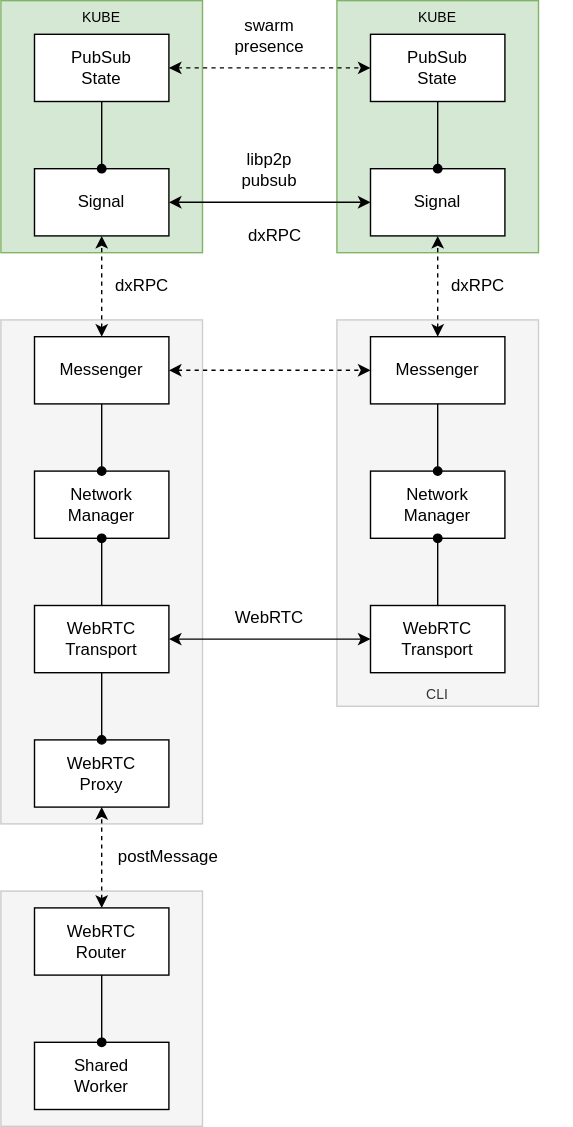
This is docs/design/diagrams/mesh.drawio.svg from dxos/dxos, a draw.io export, as it was before one commit. Source tidied: cells renumbered, new cells last; positions are measured from the earlier drawing's top-left corner, leaving out a move shared by most shapes.
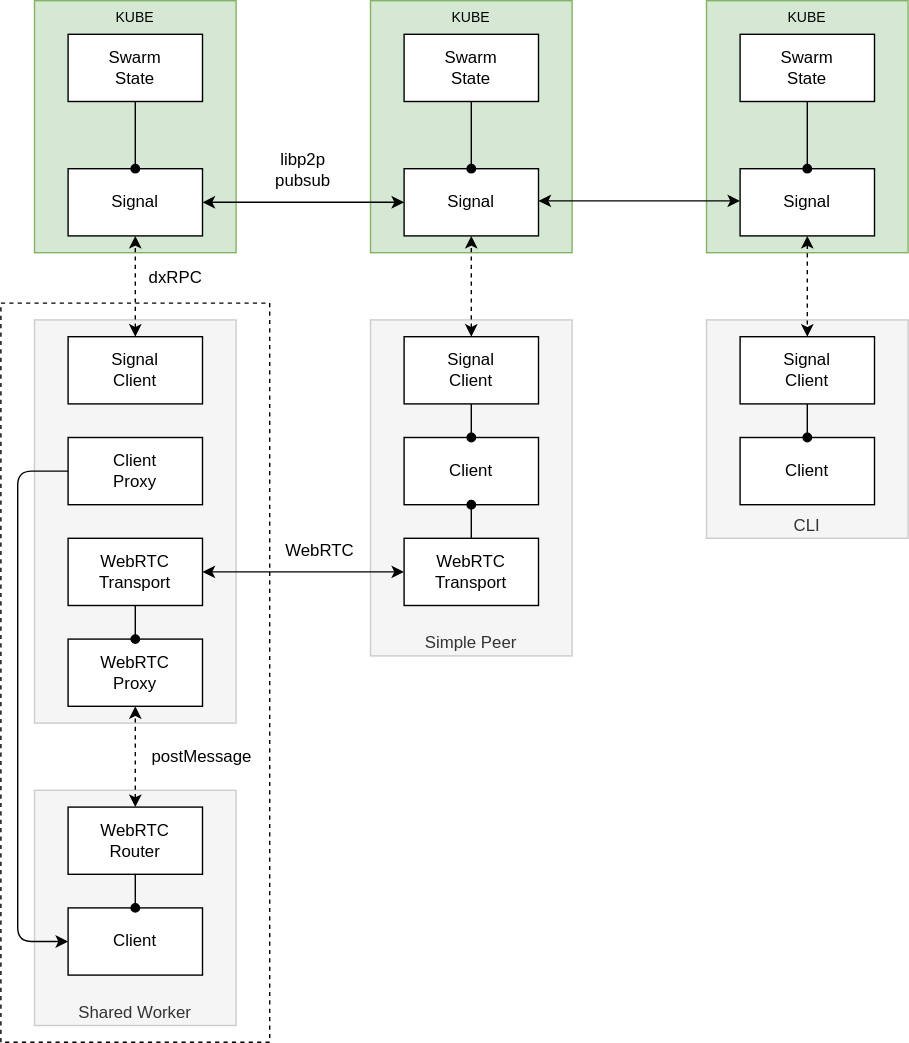
After the commit.

What changed in the source:
```diff
@@ -2,11 +2,17 @@
   <root>
     <mxCell id="0" />
     <mxCell id="1" parent="0" />
+    <mxCell id="42" style="rounded=0;whiteSpace=wrap;html=1;dashed=1;verticalAlign=bottom;" parent="1" vertex="1">
+      <mxGeometry x="-24" y="216" width="192" height="528" as="geometry" />
+    </mxCell>
-    <mxCell id="2" value="CLI" style="rounded=0;whiteSpace=wrap;html=1;fillColor=#f5f5f5;fontColor=#333333;strokeColor=#CCCCCC;verticalAlign=bottom;fontSize=10;" parent="1" vertex="1">
-      <mxGeometry x="240" y="228" width="144" height="276" as="geometry" />
+    <mxCell id="2" value="CLI" style="rounded=0;whiteSpace=wrap;html=1;fillColor=#f5f5f5;fontColor=#333333;strokeColor=#CCCCCC;verticalAlign=bottom;" parent="1" vertex="1">
+      <mxGeometry x="480" y="228" width="144" height="156" as="geometry" />
     </mxCell>
+    <mxCell id="43" value="Simple Peer" style="rounded=0;whiteSpace=wrap;html=1;fillColor=#f5f5f5;fontColor=#333333;strokeColor=#CCCCCC;verticalAlign=bottom;" parent="1" vertex="1">
+      <mxGeometry x="240" y="228" width="144" height="240" as="geometry" />
+    </mxCell>
     <mxCell id="3" style="rounded=0;whiteSpace=wrap;html=1;fillColor=#f5f5f5;fontColor=#333333;strokeColor=#CCCCCC;" parent="1" vertex="1">
-      <mxGeometry y="228" width="144" height="360" as="geometry" />
+      <mxGeometry y="228" width="144" height="288" as="geometry" />
     </mxCell>
     <mxCell id="4" value="KUBE" style="rounded=0;whiteSpace=wrap;html=1;fillColor=#d5e8d4;strokeColor=#82b366;fontSize=10;verticalAlign=top;" parent="1" vertex="1">
       <mxGeometry x="240" width="144" height="180" as="geometry" />
@@ -14,17 +20,17 @@
     <mxCell id="5" value="KUBE" style="rounded=0;whiteSpace=wrap;html=1;fillColor=#d5e8d4;strokeColor=#82b366;verticalAlign=top;fontSize=10;" parent="1" vertex="1">
       <mxGeometry width="144" height="180" as="geometry" />
     </mxCell>
-    <mxCell id="6" style="rounded=0;whiteSpace=wrap;html=1;fillColor=#f5f5f5;fontColor=#333333;strokeColor=#CCCCCC;" parent="1" vertex="1">
-      <mxGeometry y="636" width="144" height="168" as="geometry" />
+    <mxCell id="6" value="Shared Worker" style="rounded=0;whiteSpace=wrap;html=1;fillColor=#f5f5f5;fontColor=#333333;strokeColor=#CCCCCC;verticalAlign=bottom;" parent="1" vertex="1">
+      <mxGeometry y="564" width="144" height="168" as="geometry" />
     </mxCell>
     <mxCell id="7" style="edgeStyle=none;html=1;exitX=1;exitY=0.5;exitDx=0;exitDy=0;startArrow=classic;startFill=1;" parent="1" edge="1" source="8" target="9">
       <mxGeometry relative="1" as="geometry" />
     </mxCell>
     <mxCell id="8" value="WebRTC&lt;br&gt;Transport" style="rounded=0;whiteSpace=wrap;html=1;" parent="1" vertex="1">
-      <mxGeometry x="24" y="432" width="96" height="48" as="geometry" />
+      <mxGeometry x="24" y="384" width="96" height="48" as="geometry" />
     </mxCell>
     <mxCell id="9" value="WebRTC&lt;br&gt;Transport" style="rounded=0;whiteSpace=wrap;html=1;" parent="1" vertex="1">
-      <mxGeometry x="264" y="432" width="96" height="48" as="geometry" />
+      <mxGeometry x="264" y="384" width="96" height="48" as="geometry" />
     </mxCell>
     <mxCell id="10" style="edgeStyle=none;html=1;startArrow=classic;startFill=1;entryX=0;entryY=0.5;entryDx=0;entryDy=0;" parent="1" edge="1" source="11" target="12">
       <mxGeometry relative="1" as="geometry" />
@@ -35,35 +41,31 @@
     <mxCell id="12" value="Signal" style="rounded=0;whiteSpace=wrap;html=1;" parent="1" vertex="1">
       <mxGeometry x="264" y="120" width="96" height="48" as="geometry" />
     </mxCell>
-    <mxCell id="13" style="edgeStyle=none;html=1;entryX=0.5;entryY=1;entryDx=0;entryDy=0;startArrow=classic;startFill=1;dashed=1;" parent="1" edge="1" source="29" target="11">
-      <mxGeometry relative="1" as="geometry" />
+    <mxCell id="13" style="edgeStyle=none;html=1;entryX=0.5;entryY=1;entryDx=0;entryDy=0;startArrow=classic;startFill=1;dashed=1;" parent="1" edge="1" target="11">
+      <mxGeometry relative="1" as="geometry">
+        <mxPoint x="72" y="240" as="sourcePoint" />
+      </mxGeometry>
     </mxCell>
-    <mxCell id="14" value="Network&lt;br&gt;Manager" style="rounded=0;whiteSpace=wrap;html=1;" parent="1" vertex="1">
-      <mxGeometry x="24" y="336" width="96" height="48" as="geometry" />
-    </mxCell>
     <mxCell id="15" style="edgeStyle=none;html=1;startArrow=classic;startFill=1;dashed=1;exitX=0.5;exitY=0;exitDx=0;exitDy=0;" parent="1" edge="1" source="27" target="12">
       <mxGeometry relative="1" as="geometry" />
     </mxCell>
-    <mxCell id="16" value="Network&lt;br&gt;Manager" style="rounded=0;whiteSpace=wrap;html=1;" parent="1" vertex="1">
-      <mxGeometry x="264" y="336" width="96" height="48" as="geometry" />
-    </mxCell>
     <mxCell id="17" value="libp2p&lt;br&gt;pubsub" style="rounded=0;whiteSpace=wrap;html=1;strokeColor=none;fillColor=none;verticalAlign=bottom;spacingBottom=6;" parent="1" vertex="1">
       <mxGeometry x="144" y="96" width="96" height="48" as="geometry" />
     </mxCell>
     <mxCell id="18" value="WebRTC" style="rounded=0;whiteSpace=wrap;html=1;strokeColor=none;fillColor=none;verticalAlign=bottom;spacingBottom=6;" parent="1" vertex="1">
-      <mxGeometry x="144" y="408" width="96" height="48" as="geometry" />
+      <mxGeometry x="168" y="360" width="72" height="48" as="geometry" />
     </mxCell>
-    <mxCell id="19" value="Shared&lt;br&gt;Worker" style="rounded=0;whiteSpace=wrap;html=1;" parent="1" vertex="1">
-      <mxGeometry x="24" y="744" width="96" height="48" as="geometry" />
+    <mxCell id="19" value="Client" style="rounded=0;whiteSpace=wrap;html=1;" parent="1" vertex="1">
+      <mxGeometry x="24" y="648" width="96" height="48" as="geometry" />
     </mxCell>
     <mxCell id="20" value="WebRTC&lt;br&gt;Proxy" style="rounded=0;whiteSpace=wrap;html=1;" parent="1" vertex="1">
-      <mxGeometry x="24" y="528" width="96" height="48" as="geometry" />
+      <mxGeometry x="24" y="456" width="96" height="48" as="geometry" />
     </mxCell>
     <mxCell id="21" style="edgeStyle=none;html=1;exitX=0.5;exitY=0;exitDx=0;exitDy=0;startArrow=classic;startFill=1;endArrow=classic;endFill=1;dashed=1;" parent="1" edge="1" source="22" target="20">
       <mxGeometry relative="1" as="geometry" />
     </mxCell>
     <mxCell id="22" value="WebRTC&lt;br&gt;Router" style="rounded=0;whiteSpace=wrap;html=1;" parent="1" vertex="1">
-      <mxGeometry x="24" y="648" width="96" height="48" as="geometry" />
+      <mxGeometry x="24" y="576" width="96" height="48" as="geometry" />
     </mxCell>
     <mxCell id="23" style="edgeStyle=none;html=1;exitX=0.5;exitY=0;exitDx=0;exitDy=0;startArrow=oval;startFill=1;endArrow=none;endFill=0;" parent="1" edge="1" source="19" target="22">
       <mxGeometry relative="1" as="geometry" />
@@ -71,40 +73,16 @@
     <mxCell id="24" style="edgeStyle=none;html=1;exitX=0.5;exitY=0;exitDx=0;exitDy=0;startArrow=oval;startFill=1;endArrow=none;endFill=0;" parent="1" edge="1" source="20" target="8">
       <mxGeometry relative="1" as="geometry" />
     </mxCell>
-    <mxCell id="25" style="edgeStyle=none;html=1;exitX=0.5;exitY=1;exitDx=0;exitDy=0;entryX=0.5;entryY=0;entryDx=0;entryDy=0;startArrow=oval;startFill=1;endArrow=none;endFill=0;" parent="1" edge="1" source="16" target="9">
-      <mxGeometry relative="1" as="geometry" />
-    </mxCell>
-    <mxCell id="26" style="edgeStyle=none;html=1;exitX=0.5;exitY=1;exitDx=0;exitDy=0;entryX=0.5;entryY=0;entryDx=0;entryDy=0;startArrow=oval;startFill=1;endArrow=none;endFill=0;" parent="1" edge="1" source="14" target="8">
-      <mxGeometry relative="1" as="geometry" />
-    </mxCell>
-    <mxCell id="27" value="Messenger" style="rounded=0;whiteSpace=wrap;html=1;" parent="1" vertex="1">
+    <mxCell id="27" value="Signal&lt;br&gt;Client" style="rounded=0;whiteSpace=wrap;html=1;" parent="1" vertex="1">
       <mxGeometry x="264" y="240" width="96" height="48" as="geometry" />
     </mxCell>
-    <mxCell id="28" style="edgeStyle=none;html=1;exitX=1;exitY=0.5;exitDx=0;exitDy=0;entryX=0;entryY=0.5;entryDx=0;entryDy=0;fontFamily=Courier New;startArrow=classic;startFill=1;endArrow=classic;endFill=1;dashed=1;" parent="1" edge="1" source="29" target="27">
-      <mxGeometry relative="1" as="geometry" />
-    </mxCell>
-    <mxCell id="29" value="Messenger" style="rounded=0;whiteSpace=wrap;html=1;" parent="1" vertex="1">
-      <mxGeometry x="24" y="240" width="96" height="48" as="geometry" />
-    </mxCell>
-    <mxCell id="30" value="dxRPC" style="rounded=0;whiteSpace=wrap;html=1;strokeColor=none;fillColor=none;verticalAlign=middle;spacingBottom=0;align=left;spacingLeft=8;" parent="1" vertex="1">
-      <mxGeometry x="312" y="180" width="96" height="48" as="geometry" />
-    </mxCell>
     <mxCell id="31" value="postMessage" style="rounded=0;whiteSpace=wrap;html=1;strokeColor=none;fillColor=none;align=left;spacingLeft=10;spacingRight=10;" parent="1" vertex="1">
-      <mxGeometry x="72" y="588" width="96" height="48" as="geometry" />
+      <mxGeometry x="72" y="516" width="96" height="48" as="geometry" />
     </mxCell>
-    <mxCell id="32" style="edgeStyle=none;html=1;exitX=0.5;exitY=0;exitDx=0;exitDy=0;entryX=0.5;entryY=1;entryDx=0;entryDy=0;fontFamily=Courier New;startArrow=oval;startFill=1;endArrow=none;endFill=0;" parent="1" edge="1" source="14" target="29">
-      <mxGeometry relative="1" as="geometry" />
-    </mxCell>
-    <mxCell id="33" value="swarm&lt;br&gt;presence" style="rounded=0;whiteSpace=wrap;html=1;strokeColor=none;fillColor=none;verticalAlign=bottom;spacingBottom=6;" parent="1" vertex="1">
-      <mxGeometry x="144" width="96" height="48" as="geometry" />
-    </mxCell>
-    <mxCell id="34" style="edgeStyle=none;html=1;exitX=1;exitY=0.5;exitDx=0;exitDy=0;entryX=0;entryY=0.5;entryDx=0;entryDy=0;fontFamily=Courier New;startArrow=classic;startFill=1;endArrow=classic;endFill=1;dashed=1;" parent="1" edge="1" source="35" target="36">
-      <mxGeometry relative="1" as="geometry" />
-    </mxCell>
-    <mxCell id="35" value="PubSub&lt;br&gt;State" style="rounded=0;whiteSpace=wrap;html=1;" parent="1" vertex="1">
+    <mxCell id="35" value="Swarm&lt;br&gt;State" style="rounded=0;whiteSpace=wrap;html=1;" parent="1" vertex="1">
       <mxGeometry x="24" y="24" width="96" height="48" as="geometry" />
     </mxCell>
-    <mxCell id="36" value="PubSub&lt;br&gt;State" style="rounded=0;whiteSpace=wrap;html=1;" parent="1" vertex="1">
+    <mxCell id="36" value="Swarm&lt;br&gt;State" style="rounded=0;whiteSpace=wrap;html=1;" parent="1" vertex="1">
       <mxGeometry x="264" y="24" width="96" height="48" as="geometry" />
     </mxCell>
     <mxCell id="37" style="edgeStyle=none;html=1;exitX=0.5;exitY=0;exitDx=0;exitDy=0;fontFamily=Courier New;startArrow=oval;startFill=1;endArrow=none;endFill=0;" parent="1" edge="1" source="11" target="35">
@@ -113,14 +91,61 @@
     <mxCell id="38" style="edgeStyle=none;html=1;exitX=0.5;exitY=0;exitDx=0;exitDy=0;entryX=0.5;entryY=1;entryDx=0;entryDy=0;fontFamily=Courier New;startArrow=oval;startFill=1;endArrow=none;endFill=0;" parent="1" edge="1" source="12" target="36">
       <mxGeometry relative="1" as="geometry" />
     </mxCell>
-    <mxCell id="39" style="edgeStyle=none;html=1;exitX=0.5;exitY=0;exitDx=0;exitDy=0;fontFamily=Courier New;startArrow=oval;startFill=1;endArrow=none;endFill=0;" parent="1" edge="1" source="16" target="27">
-      <mxGeometry relative="1" as="geometry" />
-    </mxCell>
-    <mxCell id="40" value="dxRPC" style="rounded=0;whiteSpace=wrap;html=1;strokeColor=none;fillColor=none;verticalAlign=middle;spacingBottom=0;align=center;spacingLeft=8;" parent="1" vertex="1">
-      <mxGeometry x="144" y="144" width="96" height="48" as="geometry" />
-    </mxCell>
     <mxCell id="41" value="dxRPC" style="rounded=0;whiteSpace=wrap;html=1;strokeColor=none;fillColor=none;verticalAlign=middle;spacingBottom=0;align=left;spacingLeft=8;" parent="1" vertex="1">
-      <mxGeometry x="72" y="180" width="96" height="48" as="geometry" />
+      <mxGeometry x="72" y="180" width="96" height="36" as="geometry" />
     </mxCell>
+    <mxCell id="44" value="Signal&lt;br&gt;Client" style="rounded=0;whiteSpace=wrap;html=1;" parent="1" vertex="1">
+      <mxGeometry x="504" y="240" width="96" height="48" as="geometry" />
+    </mxCell>
+    <mxCell id="45" value="Signal&lt;br&gt;Client" style="rounded=0;whiteSpace=wrap;html=1;" parent="1" vertex="1">
+      <mxGeometry x="24" y="240" width="96" height="48" as="geometry" />
+    </mxCell>
+    <mxCell id="46" value="KUBE" style="rounded=0;whiteSpace=wrap;html=1;fillColor=#d5e8d4;strokeColor=#82b366;fontSize=10;verticalAlign=top;" parent="1" vertex="1">
+      <mxGeometry x="480" width="144" height="180" as="geometry" />
+    </mxCell>
+    <mxCell id="47" style="edgeStyle=none;html=1;exitX=0.5;exitY=1;exitDx=0;exitDy=0;entryX=0.5;entryY=0;entryDx=0;entryDy=0;startArrow=classic;startFill=1;dashed=1;" parent="1" edge="1" source="48" target="44">
+      <mxGeometry relative="1" as="geometry" />
+    </mxCell>
+    <mxCell id="48" value="Signal" style="rounded=0;whiteSpace=wrap;html=1;" parent="1" vertex="1">
+      <mxGeometry x="504" y="120" width="96" height="48" as="geometry" />
+    </mxCell>
+    <mxCell id="49" value="Swarm&lt;br&gt;State" style="rounded=0;whiteSpace=wrap;html=1;" parent="1" vertex="1">
+      <mxGeometry x="504" y="24" width="96" height="48" as="geometry" />
+    </mxCell>
+    <mxCell id="50" style="edgeStyle=none;html=1;exitX=0.5;exitY=0;exitDx=0;exitDy=0;entryX=0.5;entryY=1;entryDx=0;entryDy=0;fontFamily=Courier New;startArrow=oval;startFill=1;endArrow=none;endFill=0;" parent="1" edge="1" source="48" target="49">
+      <mxGeometry relative="1" as="geometry" />
+    </mxCell>
+    <mxCell id="51" style="edgeStyle=none;html=1;startArrow=classic;startFill=1;entryX=0;entryY=0.5;entryDx=0;entryDy=0;" parent="1" edge="1">
+      <mxGeometry relative="1" as="geometry">
+        <mxPoint x="360" y="143" as="sourcePoint" />
+        <mxPoint x="504" y="143" as="targetPoint" />
+      </mxGeometry>
+    </mxCell>
+    <mxCell id="52" value="Client" style="rounded=0;whiteSpace=wrap;html=1;" parent="1" vertex="1">
+      <mxGeometry x="264" y="312" width="96" height="48" as="geometry" />
+    </mxCell>
+    <mxCell id="53" style="edgeStyle=none;html=1;exitX=0.5;exitY=0;exitDx=0;exitDy=0;startArrow=oval;startFill=1;endArrow=none;endFill=0;" parent="1" edge="1" source="52" target="27">
+      <mxGeometry relative="1" as="geometry" />
+    </mxCell>
+    <mxCell id="54" style="edgeStyle=none;html=1;exitX=0.5;exitY=1;exitDx=0;exitDy=0;startArrow=oval;startFill=1;endArrow=none;endFill=0;" parent="1" edge="1" source="52" target="9">
+      <mxGeometry relative="1" as="geometry" />
+    </mxCell>
+    <mxCell id="55" value="Client" style="rounded=0;whiteSpace=wrap;html=1;" parent="1" vertex="1">
+      <mxGeometry x="504" y="312" width="96" height="48" as="geometry" />
+    </mxCell>
+    <mxCell id="56" style="edgeStyle=none;html=1;exitX=0.5;exitY=0;exitDx=0;exitDy=0;startArrow=oval;startFill=1;endArrow=none;endFill=0;" parent="1" edge="1" source="55" target="44">
+      <mxGeometry relative="1" as="geometry" />
+    </mxCell>
+    <mxCell id="57" style="edgeStyle=none;html=1;exitX=0;exitY=0.5;exitDx=0;exitDy=0;startArrow=none;startFill=0;endArrow=classic;endFill=1;entryX=0;entryY=0.5;entryDx=0;entryDy=0;" parent="1" edge="1" source="58" target="19">
+      <mxGeometry relative="1" as="geometry">
+        <Array as="points">
+          <mxPoint x="-12" y="336" />
+          <mxPoint x="-12" y="672" />
+        </Array>
+      </mxGeometry>
+    </mxCell>
+    <mxCell id="58" value="Client&lt;br&gt;Proxy" style="rounded=0;whiteSpace=wrap;html=1;" parent="1" vertex="1">
+      <mxGeometry x="24" y="312" width="96" height="48" as="geometry" />
+    </mxCell>
   </root>
 </mxGraphModel>
```
